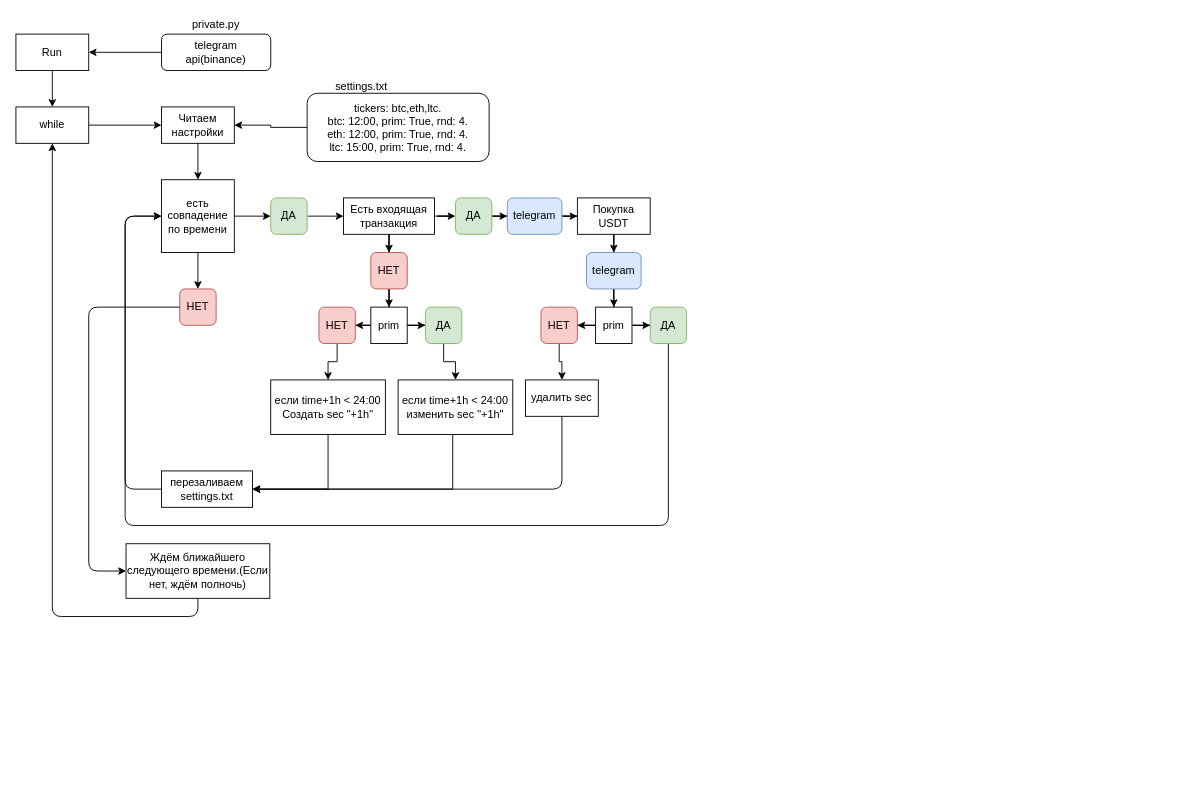
This is trade/binance/rent/doc/rent.drawio from VBCRFV/python_3, a draw.io file, before an edit. Source tidied: cells renumbered, new cells numbered last; positions are measured from the earlier drawing's top-left corner, leaving out a move shared by most shapes. Both pictures are drawn from the tidied source at 91%, with x=0, y=0 at pixel (15, 15).
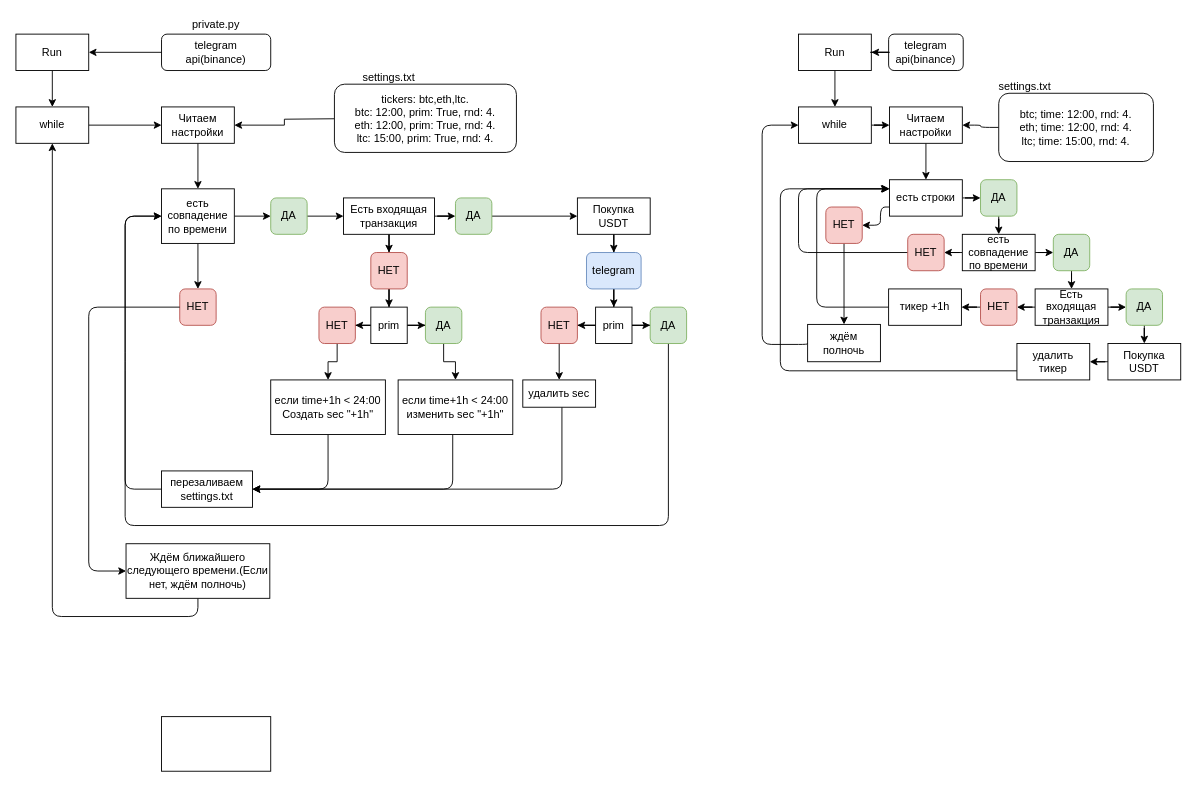
The same page after the edit.

The change refers to these unchanged cells:
```xml
<mxCell id="8" value="Читаем настройки" style="rounded=0;whiteSpace=wrap;html=1;" parent="1" vertex="1">
  <mxGeometry x="160" y="100" width="80" height="40" as="geometry" />
</mxCell>
<mxCell id="23" value="ДА" style="rounded=1;whiteSpace=wrap;html=1;fillColor=#d5e8d4;strokeColor=#82b366;" parent="1" vertex="1">
  <mxGeometry x="483" y="200" width="40" height="40" as="geometry" />
</mxCell>
<mxCell id="34" value="если time+1h &amp;lt; 24:00&lt;br&gt;Создать sec &quot;+1h&quot;&lt;br&gt;" style="rounded=0;whiteSpace=wrap;html=1;" parent="1" vertex="1">
  <mxGeometry x="280" y="400" width="126" height="60" as="geometry" />
</mxCell>
<mxCell id="36" value="если time+1h &amp;lt; 24:00&lt;br&gt;изменить sec &quot;+1h&quot;" style="rounded=0;whiteSpace=wrap;html=1;" parent="1" vertex="1">
  <mxGeometry x="420" y="400" width="126" height="60" as="geometry" />
</mxCell>
<mxCell id="40" value="Покупка USDT" style="rounded=0;whiteSpace=wrap;html=1;" parent="1" vertex="1">
  <mxGeometry x="617" y="200" width="80" height="40" as="geometry" />
</mxCell>
<mxCell id="52" value="перезаливаем settings.txt" style="rounded=0;whiteSpace=wrap;html=1;" parent="1" vertex="1">
  <mxGeometry x="160" y="500" width="100" height="40" as="geometry" />
</mxCell>
```

Diff of the diagram source:
```diff
@@
-    <mxCell id="11" style="group;" parent="1" vertex="1">
-      <mxGeometry x="320" y="70" width="200" height="90" as="geometry" />
-    </mxCell>
-    <mxCell id="12" value="tickers: btc,eth,ltc.&lt;br&gt;btc: 12:00, prim: True, rnd: 4.&lt;br&gt;eth: 12:00, prim: True, rnd: 4.&lt;br&gt;ltc: 15:00, prim: True, rnd: 4." style="rounded=1;whiteSpace=wrap;html=1;" parent="11" vertex="1">
-      <mxGeometry y="15" width="200" height="75" as="geometry" />
-    </mxCell>
-    <mxCell id="13" value="settings.txt" style="text;html=1;strokeColor=none;fillColor=none;align=center;verticalAlign=middle;whiteSpace=wrap;rounded=0;" parent="11" vertex="1">
-      <mxGeometry width="120" height="15.3" as="geometry" />
-    </mxCell>
-    <mxCell id="14" style="edgeStyle=orthogonalEdgeStyle;rounded=0;jettySize=auto;html=1;" parent="1" edge="1" source="12" target="8">
-      <mxGeometry relative="1" as="geometry" />
+    <mxCell id="14" style="edgeStyle=orthogonalEdgeStyle;rounded=0;jettySize=auto;html=1;" parent="1" edge="1" target="8">
+      <mxGeometry relative="1" as="geometry">
+        <mxPoint x="350" y="113" as="sourcePoint" />
+      </mxGeometry>
     </mxCell>
@@
     <mxCell id="18" value="есть совпадение по времени" style="rounded=0;whiteSpace=wrap;html=1;" parent="1" vertex="1">
-      <mxGeometry x="160" y="180" width="80" height="80" as="geometry" />
+      <mxGeometry x="160" y="190" width="80" height="60" as="geometry" />
     </mxCell>
@@
-    <mxCell id="22" style="edgeStyle=orthogonalEdgeStyle;rounded=0;jettySize=auto;html=1;" parent="1" edge="1" source="23" target="38">
+    <mxCell id="22" style="edgeStyle=orthogonalEdgeStyle;rounded=0;jettySize=auto;html=1;entryX=0;entryY=0.5;entryDx=0;entryDy=0;" parent="1" edge="1" source="23" target="40">
       <mxGeometry relative="1" as="geometry" />
     </mxCell>
@@
-    <mxCell id="33" style="edgeStyle=orthogonalEdgeStyle;rounded=0;jettySize=auto;html=1;entryX=1;entryY=0.5;entryDx=0;entryDy=0;exitX=0.5;exitY=1;exitDx=0;exitDy=0;" parent="1" edge="1" source="34" target="52">
+    <mxCell id="33" style="edgeStyle=orthogonalEdgeStyle;rounded=1;jettySize=auto;html=1;entryX=1;entryY=0.5;entryDx=0;entryDy=0;exitX=0.5;exitY=1;exitDx=0;exitDy=0;" parent="1" edge="1" source="34" target="52">
       <mxGeometry relative="1" as="geometry" />
     </mxCell>
@@
-    <mxCell id="35" style="edgeStyle=orthogonalEdgeStyle;rounded=0;jettySize=auto;html=1;entryX=1;entryY=0.5;entryDx=0;entryDy=0;" parent="1" edge="1" source="36" target="52">
+    <mxCell id="35" style="edgeStyle=orthogonalEdgeStyle;rounded=1;jettySize=auto;html=1;entryX=1;entryY=0.5;entryDx=0;entryDy=0;" parent="1" edge="1" source="36" target="52">
       <mxGeometry relative="1" as="geometry">
         <Array as="points">
           <mxPoint x="480" y="520" />
         </Array>
       </mxGeometry>
     </mxCell>
@@
-    <mxCell id="37" style="edgeStyle=orthogonalEdgeStyle;rounded=0;jettySize=auto;html=1;" parent="1" edge="1" source="38" target="40">
-      <mxGeometry relative="1" as="geometry" />
-    </mxCell>
-    <mxCell id="38" value="telegram" style="rounded=1;whiteSpace=wrap;html=1;fillColor=#dae8fc;strokeColor=#6c8ebf;" parent="1" vertex="1">
-      <mxGeometry x="540" y="200" width="60" height="40" as="geometry" />
-    </mxCell>
@@
     <mxCell id="51" value="удалить sec" style="rounded=0;whiteSpace=wrap;html=1;" parent="1" vertex="1">
-      <mxGeometry x="560" y="400" width="80" height="40" as="geometry" />
+      <mxGeometry x="557" y="400" width="80" height="30" as="geometry" />
     </mxCell>
@@
+    <mxCell id="60" style="edgeStyle=orthogonalEdgeStyle;rounded=1;jettySize=auto;html=1;" parent="1" edge="1" source="61" target="65">
+      <mxGeometry relative="1" as="geometry" />
+    </mxCell>
+    <mxCell id="61" value="Run" style="rounded=0;whiteSpace=wrap;html=1;" parent="1" vertex="1">
+      <mxGeometry x="860" y="20" width="80" height="40" as="geometry" />
+    </mxCell>
+    <mxCell id="62" value="telegram&lt;br&gt;api(binance)" style="rounded=1;whiteSpace=wrap;html=1;" parent="1" vertex="1">
+      <mxGeometry x="959" y="20" width="82" height="40" as="geometry" />
+    </mxCell>
+    <mxCell id="63" style="edgeStyle=orthogonalEdgeStyle;rounded=0;jettySize=auto;html=1;" parent="1" edge="1" source="62" target="61">
+      <mxGeometry relative="1" as="geometry" />
+    </mxCell>
+    <mxCell id="64" style="edgeStyle=orthogonalEdgeStyle;rounded=1;jettySize=auto;html=1;" parent="1" edge="1" source="65" target="67">
+      <mxGeometry relative="1" as="geometry" />
+    </mxCell>
+    <mxCell id="65" value="while" style="rounded=0;whiteSpace=wrap;html=1;" parent="1" vertex="1">
+      <mxGeometry x="860" y="100" width="80" height="40" as="geometry" />
+    </mxCell>
+    <mxCell id="66" style="edgeStyle=orthogonalEdgeStyle;rounded=1;jettySize=auto;html=1;" parent="1" edge="1" source="67" target="75">
+      <mxGeometry relative="1" as="geometry" />
+    </mxCell>
+    <mxCell id="67" value="Читаем настройки" style="rounded=0;whiteSpace=wrap;html=1;" parent="1" vertex="1">
+      <mxGeometry x="960" y="100" width="80" height="40" as="geometry" />
+    </mxCell>
+    <mxCell id="68" style="edgeStyle=orthogonalEdgeStyle;rounded=1;jettySize=auto;html=1;exitX=0;exitY=0.5;exitDx=0;exitDy=0;" parent="1" edge="1" source="70" target="67">
+      <mxGeometry relative="1" as="geometry" />
+    </mxCell>
+    <mxCell id="69" style="group;" parent="1" vertex="1">
+      <mxGeometry x="1080" y="70" width="170" height="90" as="geometry" />
+    </mxCell>
+    <mxCell id="70" value="btc; time: 12:00, rnd: 4.&lt;br&gt;eth; time: 12:00, rnd: 4.&lt;br&gt;ltc; time: 15:00, rnd: 4." style="rounded=1;whiteSpace=wrap;html=1;" parent="69" vertex="1">
+      <mxGeometry y="15" width="170" height="75" as="geometry" />
+    </mxCell>
+    <mxCell id="71" value="settings.txt" style="text;html=1;strokeColor=none;fillColor=none;align=center;verticalAlign=middle;whiteSpace=wrap;rounded=0;" parent="69" vertex="1">
+      <mxGeometry width="57.8" height="15.3" as="geometry" />
+    </mxCell>
+    <mxCell id="72" style="group;" parent="1" vertex="1">
+      <mxGeometry x="350" y="60" width="200" height="90" as="geometry" />
+    </mxCell>
+    <mxCell id="12" value="tickers: btc,eth,ltc.&lt;br&gt;btc: 12:00, prim: True, rnd: 4.&lt;br&gt;eth: 12:00, prim: True, rnd: 4.&lt;br&gt;ltc: 15:00, prim: True, rnd: 4." style="rounded=1;whiteSpace=wrap;html=1;" parent="72" vertex="1">
+      <mxGeometry y="15" width="200" height="75" as="geometry" />
+    </mxCell>
+    <mxCell id="13" value="settings.txt" style="text;html=1;strokeColor=none;fillColor=none;align=center;verticalAlign=middle;whiteSpace=wrap;rounded=0;" parent="72" vertex="1">
+      <mxGeometry width="120" height="15.3" as="geometry" />
+    </mxCell>
+    <mxCell id="73" style="edgeStyle=orthogonalEdgeStyle;rounded=1;jettySize=auto;html=1;" parent="1" edge="1" source="75" target="77">
+      <mxGeometry relative="1" as="geometry" />
+    </mxCell>
+    <mxCell id="74" style="edgeStyle=orthogonalEdgeStyle;rounded=1;jettySize=auto;html=1;exitX=0;exitY=0.75;exitDx=0;exitDy=0;" parent="1" edge="1" source="75" target="79">
+      <mxGeometry relative="1" as="geometry">
+        <Array as="points">
+          <mxPoint x="950" y="210" />
+          <mxPoint x="950" y="230" />
+        </Array>
+      </mxGeometry>
+    </mxCell>
+    <mxCell id="75" value="есть строки" style="rounded=0;whiteSpace=wrap;html=1;" parent="1" vertex="1">
+      <mxGeometry x="960" y="180" width="80" height="40" as="geometry" />
+    </mxCell>
+    <mxCell id="76" style="edgeStyle=orthogonalEdgeStyle;rounded=1;jettySize=auto;html=1;" parent="1" edge="1" source="77" target="84">
+      <mxGeometry relative="1" as="geometry" />
+    </mxCell>
+    <mxCell id="77" value="ДА" style="rounded=1;whiteSpace=wrap;html=1;fillColor=#d5e8d4;strokeColor=#82b366;" parent="1" vertex="1">
+      <mxGeometry x="1060" y="180" width="40" height="40" as="geometry" />
+    </mxCell>
+    <mxCell id="78" style="edgeStyle=orthogonalEdgeStyle;rounded=1;jettySize=auto;html=1;entryX=0.5;entryY=0;entryDx=0;entryDy=0;" parent="1" edge="1" source="79" target="81">
+      <mxGeometry relative="1" as="geometry" />
+    </mxCell>
+    <mxCell id="79" value="НЕТ" style="rounded=1;whiteSpace=wrap;html=1;fillColor=#f8cecc;strokeColor=#b85450;" parent="1" vertex="1">
+      <mxGeometry x="890" y="210" width="40" height="40" as="geometry" />
+    </mxCell>
+    <mxCell id="80" style="edgeStyle=orthogonalEdgeStyle;rounded=1;jettySize=auto;html=1;entryX=0;entryY=0.5;entryDx=0;entryDy=0;exitX=0;exitY=0.5;exitDx=0;exitDy=0;" parent="1" edge="1" source="81" target="65">
+      <mxGeometry relative="1" as="geometry">
+        <Array as="points">
+          <mxPoint x="820" y="361" />
+          <mxPoint x="820" y="120" />
+        </Array>
+      </mxGeometry>
+    </mxCell>
+    <mxCell id="81" value="ждём полночь" style="rounded=0;whiteSpace=wrap;html=1;" parent="1" vertex="1">
+      <mxGeometry x="870" y="339" width="80" height="41" as="geometry" />
+    </mxCell>
+    <mxCell id="82" style="edgeStyle=orthogonalEdgeStyle;rounded=1;jettySize=auto;html=1;" parent="1" edge="1" source="84" target="86">
+      <mxGeometry relative="1" as="geometry" />
+    </mxCell>
+    <mxCell id="83" style="edgeStyle=orthogonalEdgeStyle;rounded=1;jettySize=auto;html=1;" parent="1" edge="1" source="84" target="88">
+      <mxGeometry relative="1" as="geometry" />
+    </mxCell>
+    <mxCell id="84" value="есть совпадение по времени" style="rounded=0;whiteSpace=wrap;html=1;" parent="1" vertex="1">
+      <mxGeometry x="1040" y="240" width="80" height="40" as="geometry" />
+    </mxCell>
+    <mxCell id="85" style="edgeStyle=orthogonalEdgeStyle;rounded=1;jettySize=auto;html=1;" parent="1" edge="1" source="86" target="91">
+      <mxGeometry relative="1" as="geometry" />
+    </mxCell>
+    <mxCell id="86" value="ДА" style="rounded=1;whiteSpace=wrap;html=1;fillColor=#d5e8d4;strokeColor=#82b366;" parent="1" vertex="1">
+      <mxGeometry x="1140" y="240" width="40" height="40" as="geometry" />
+    </mxCell>
+    <mxCell id="87" style="edgeStyle=orthogonalEdgeStyle;rounded=1;jettySize=auto;html=1;" parent="1" edge="1" source="88">
+      <mxGeometry relative="1" as="geometry">
+        <mxPoint x="960" y="190" as="targetPoint" />
+        <Array as="points">
+          <mxPoint x="860" y="260" />
+          <mxPoint x="860" y="190" />
+        </Array>
+      </mxGeometry>
+    </mxCell>
+    <mxCell id="88" value="НЕТ" style="rounded=1;whiteSpace=wrap;html=1;fillColor=#f8cecc;strokeColor=#b85450;" parent="1" vertex="1">
+      <mxGeometry x="980" y="240" width="40" height="40" as="geometry" />
+    </mxCell>
+    <mxCell id="89" style="edgeStyle=orthogonalEdgeStyle;rounded=1;jettySize=auto;html=1;" parent="1" edge="1" source="91" target="93">
+      <mxGeometry relative="1" as="geometry" />
+    </mxCell>
+    <mxCell id="90" style="edgeStyle=orthogonalEdgeStyle;rounded=1;jettySize=auto;html=1;" parent="1" edge="1" source="91" target="95">
+      <mxGeometry relative="1" as="geometry" />
+    </mxCell>
+    <mxCell id="91" value="Есть входящая транзакция" style="rounded=0;whiteSpace=wrap;html=1;" parent="1" vertex="1">
+      <mxGeometry x="1120" y="300" width="80" height="40" as="geometry" />
+    </mxCell>
+    <mxCell id="92" style="edgeStyle=orthogonalEdgeStyle;rounded=1;jettySize=auto;html=1;" parent="1" edge="1" source="93" target="97">
+      <mxGeometry relative="1" as="geometry" />
+    </mxCell>
+    <mxCell id="93" value="ДА" style="rounded=1;whiteSpace=wrap;html=1;fillColor=#d5e8d4;strokeColor=#82b366;" parent="1" vertex="1">
+      <mxGeometry x="1220" y="300" width="40" height="40" as="geometry" />
+    </mxCell>
+    <mxCell id="94" style="edgeStyle=orthogonalEdgeStyle;rounded=1;jettySize=auto;html=1;" parent="1" edge="1" source="95" target="102">
+      <mxGeometry relative="1" as="geometry" />
+    </mxCell>
+    <mxCell id="95" value="НЕТ" style="rounded=1;whiteSpace=wrap;html=1;fillColor=#f8cecc;strokeColor=#b85450;" parent="1" vertex="1">
+      <mxGeometry x="1060" y="300" width="40" height="40" as="geometry" />
+    </mxCell>
+    <mxCell id="96" style="edgeStyle=orthogonalEdgeStyle;rounded=1;jettySize=auto;html=1;" parent="1" edge="1" source="97" target="99">
+      <mxGeometry relative="1" as="geometry" />
+    </mxCell>
+    <mxCell id="97" value="Покупка USDT" style="rounded=0;whiteSpace=wrap;html=1;" parent="1" vertex="1">
+      <mxGeometry x="1200" y="360" width="80" height="40" as="geometry" />
+    </mxCell>
+    <mxCell id="98" style="edgeStyle=orthogonalEdgeStyle;rounded=1;jettySize=auto;html=1;entryX=0;entryY=0.25;entryDx=0;entryDy=0;" parent="1" edge="1" source="99" target="75">
+      <mxGeometry relative="1" as="geometry">
+        <Array as="points">
+          <mxPoint x="840" y="390" />
+          <mxPoint x="840" y="190" />
+        </Array>
+      </mxGeometry>
+    </mxCell>
+    <mxCell id="99" value="удалить тикер" style="rounded=0;whiteSpace=wrap;html=1;" parent="1" vertex="1">
+      <mxGeometry x="1100" y="360" width="80" height="40" as="geometry" />
+    </mxCell>
+    <mxCell id="100" style="rounded=0;whiteSpace=wrap;html=1;" parent="1" vertex="1">
+      <mxGeometry x="160" y="770" width="120" height="60" as="geometry" />
+    </mxCell>
+    <mxCell id="101" style="edgeStyle=orthogonalEdgeStyle;rounded=1;jettySize=auto;html=1;" parent="1" edge="1" source="102">
+      <mxGeometry relative="1" as="geometry">
+        <mxPoint x="959" y="190" as="targetPoint" />
+        <Array as="points">
+          <mxPoint x="880" y="320" />
+          <mxPoint x="880" y="190" />
+        </Array>
+      </mxGeometry>
+    </mxCell>
+    <mxCell id="102" value="тикер +1h" style="rounded=0;whiteSpace=wrap;html=1;" parent="1" vertex="1">
+      <mxGeometry x="959" y="300" width="80" height="40" as="geometry" />
+    </mxCell>
```
